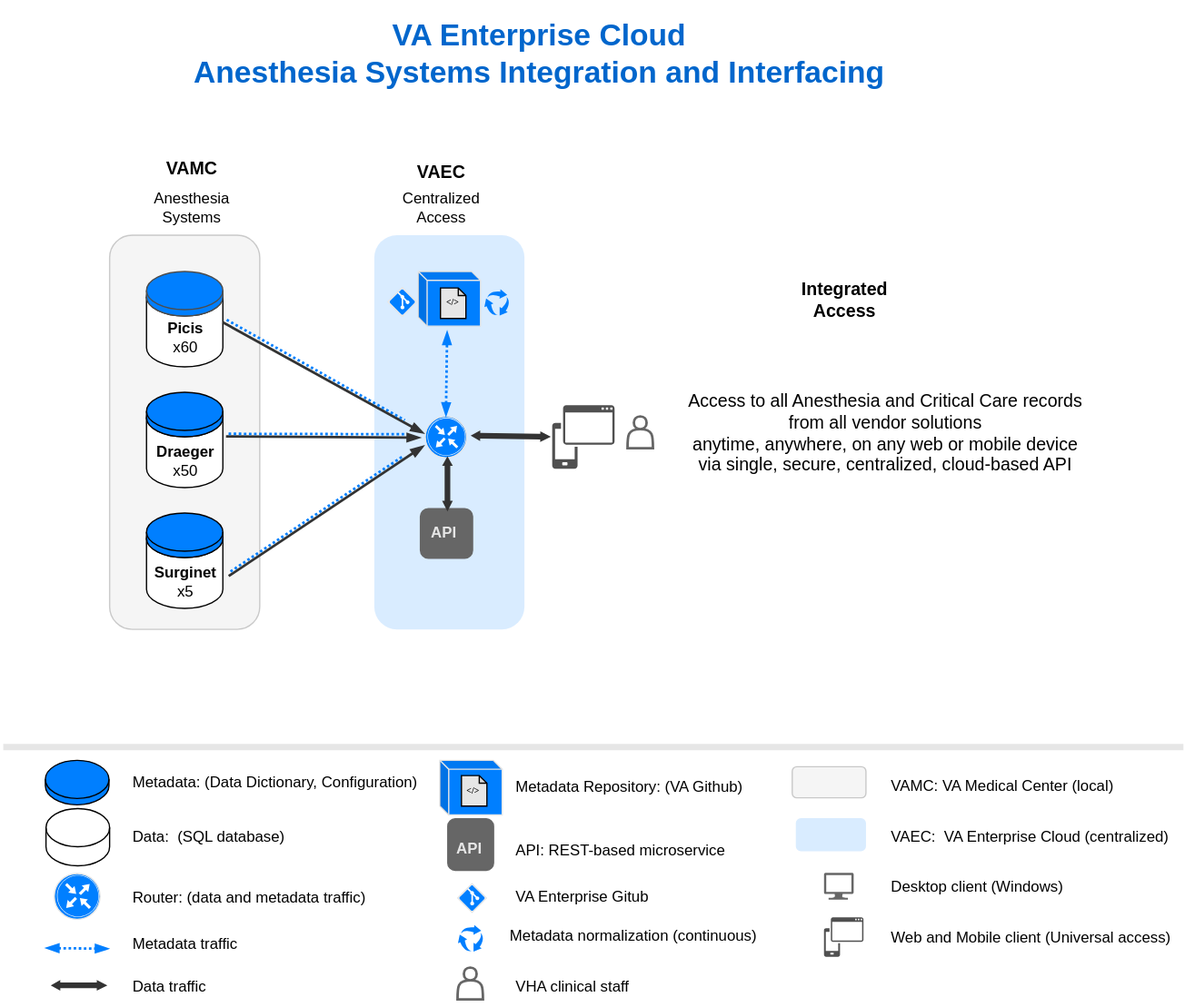
Earlier version of the draw.io export img/integration5.svg (va-anesthesia/integration). Source tidied: cells renumbered, new cells last; positions are measured from the earlier drawing's top-left corner, leaving out a move shared by most shapes.
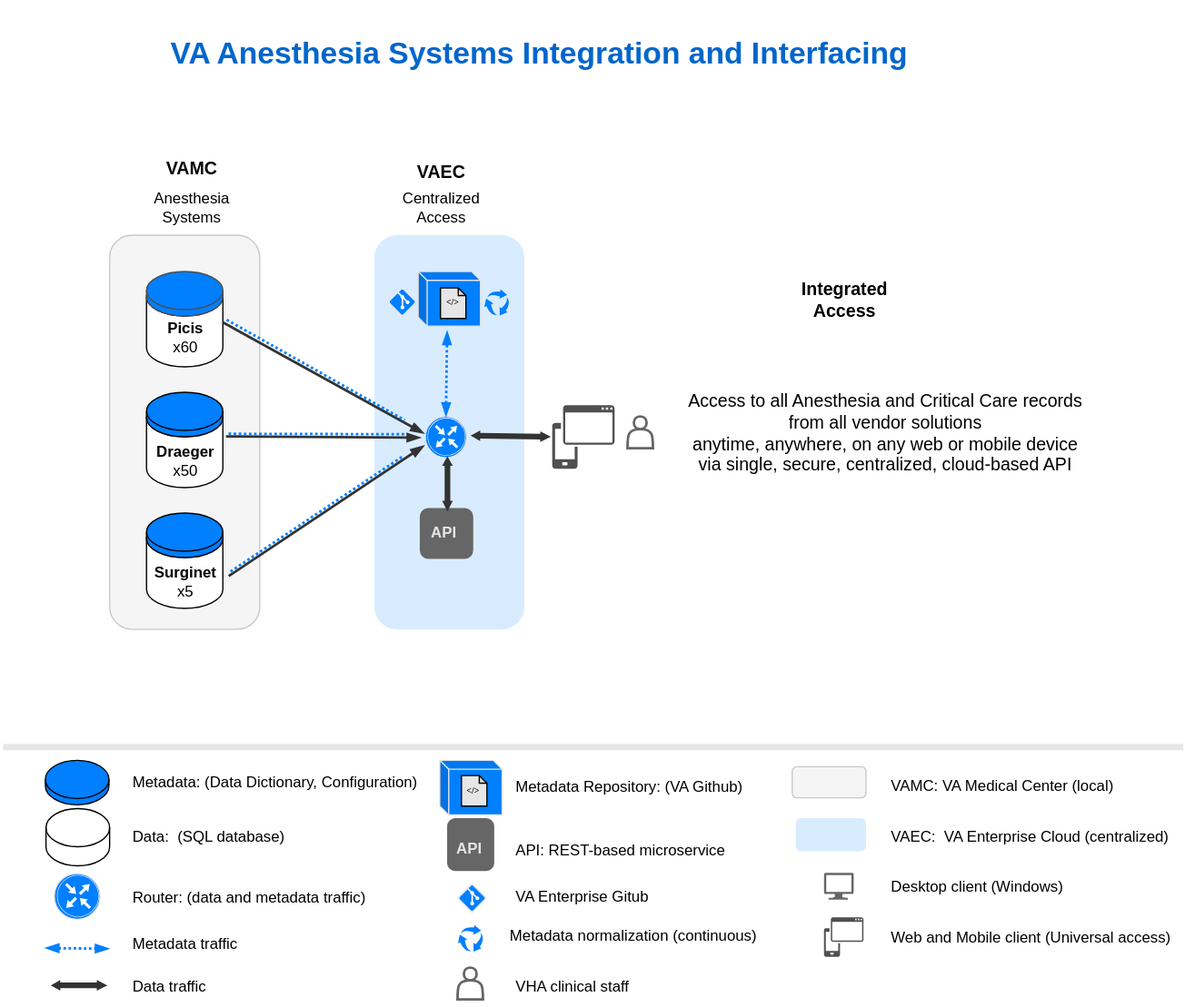
The same diagram one commit later.

What changed in the source:
```diff
@@ -199,8 +199,8 @@
         <mxPoint x="927.5" y="587" as="targetPoint" />
       </mxGeometry>
     </mxCell>
-    <mxCell id="58" value="&lt;b style=&quot;font-size: 24px;&quot;&gt;&lt;font style=&quot;font-size: 24px;&quot;&gt;VA Enterprise Cloud&lt;br&gt;Anesthesia Systems Integration and Interfacing&lt;/font&gt;&lt;/b&gt;" style="text;html=1;align=center;verticalAlign=middle;strokeColor=none;fillColor=none;fontStyle=0;fontFamily=Helvetica;fontSize=24;fontColor=#0066CC;" parent="1" vertex="1">
-      <mxGeometry x="135.5" y="7" width="570" height="70" as="geometry" />
+    <mxCell id="58" value="&lt;b style=&quot;font-size: 24px;&quot;&gt;&lt;font style=&quot;font-size: 24px;&quot;&gt;VA Anesthesia Systems Integration and Interfacing&lt;/font&gt;&lt;/b&gt;" style="text;html=1;align=center;verticalAlign=middle;strokeColor=none;fillColor=none;fontStyle=0;fontFamily=Helvetica;fontSize=24;fontColor=#0066CC;" parent="1" vertex="1">
+      <mxGeometry x="120.5" y="22" width="600" height="40" as="geometry" />
     </mxCell>
     <mxCell id="59" style="rounded=0;whiteSpace=wrap;html=1;fontSize=16;strokeColor=none;" parent="1" vertex="1">
       <mxGeometry x="3.6" width="36.5" height="30" as="geometry" />
```
